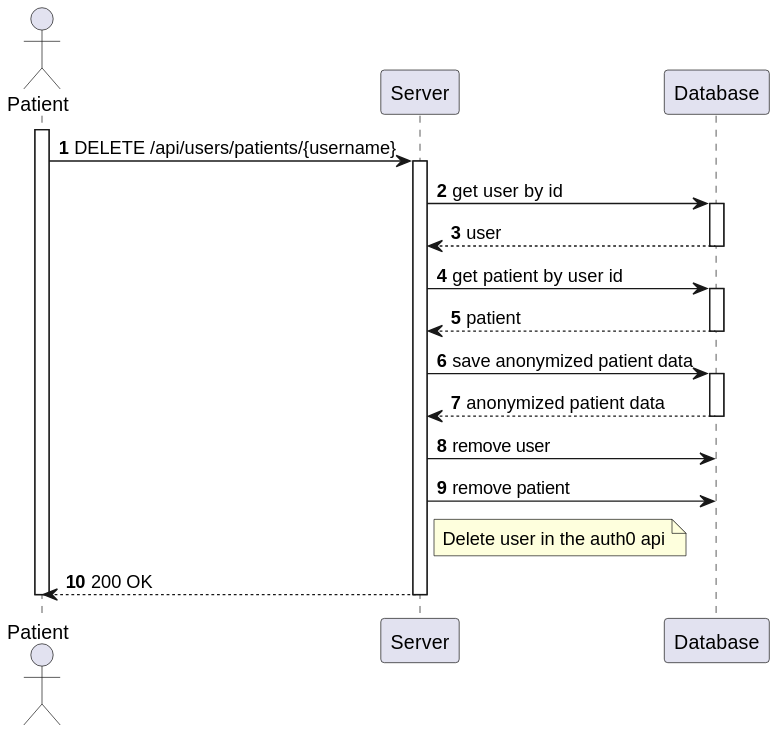
Before: docs/sprint-a/us-5.1.5/views/level3/process-view.svg, a diagram exported from PlantUML (1220846/sem5pi-24-25-3ddg20).
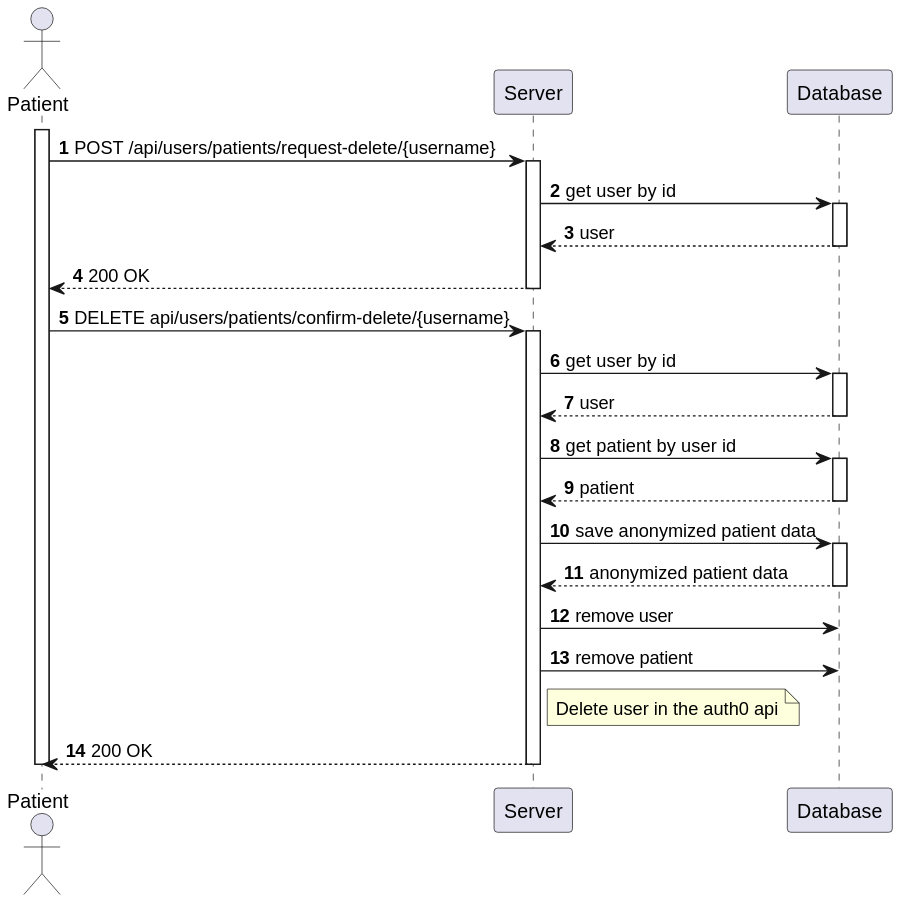
The same diagram one commit later.

Commit message:
feat: implementation delete-user-patient and fix documentation #5

Change to the diagram source:
```diff
@@ -7,7 +7,22 @@
 
 activate Patient
 
-    Patient-> Server : DELETE /api/users/patients/{username}
+    Patient-> Server : POST /api/users/patients/request-delete/{username}
+
+    activate Server
+        Server -> Database : get user by id
+
+        activate Database
+
+            Database --> Server : user
+
+        deactivate Database
+
+        Patient <-- Server : 200 OK
+
+    deactivate Server
+
+    Patient-> Server : DELETE api/users/patients/confirm-delete/{username}
 
     activate Server
 
```
